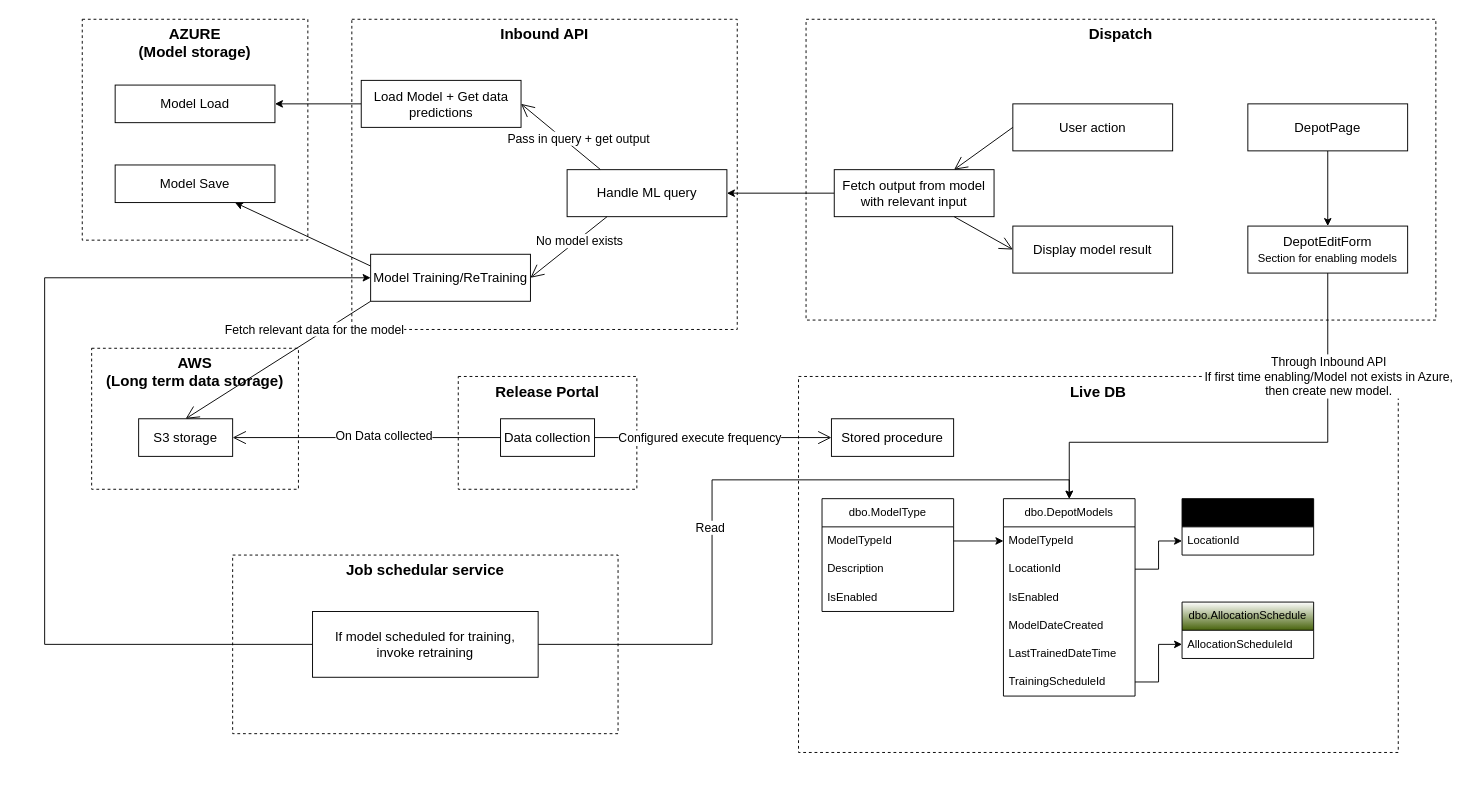
gbates-e2open/drawioFiles keeps this draw.io diagram as ML model workflow.drawio. Above is the earlier version. Source tidied: cells renumbered, new cells numbered last; positions are measured from the earlier drawing's top-left corner, leaving out a move shared by most shapes. Both pictures are drawn from the tidied source at 94%, with x=0, y=0 at pixel (44, 19).
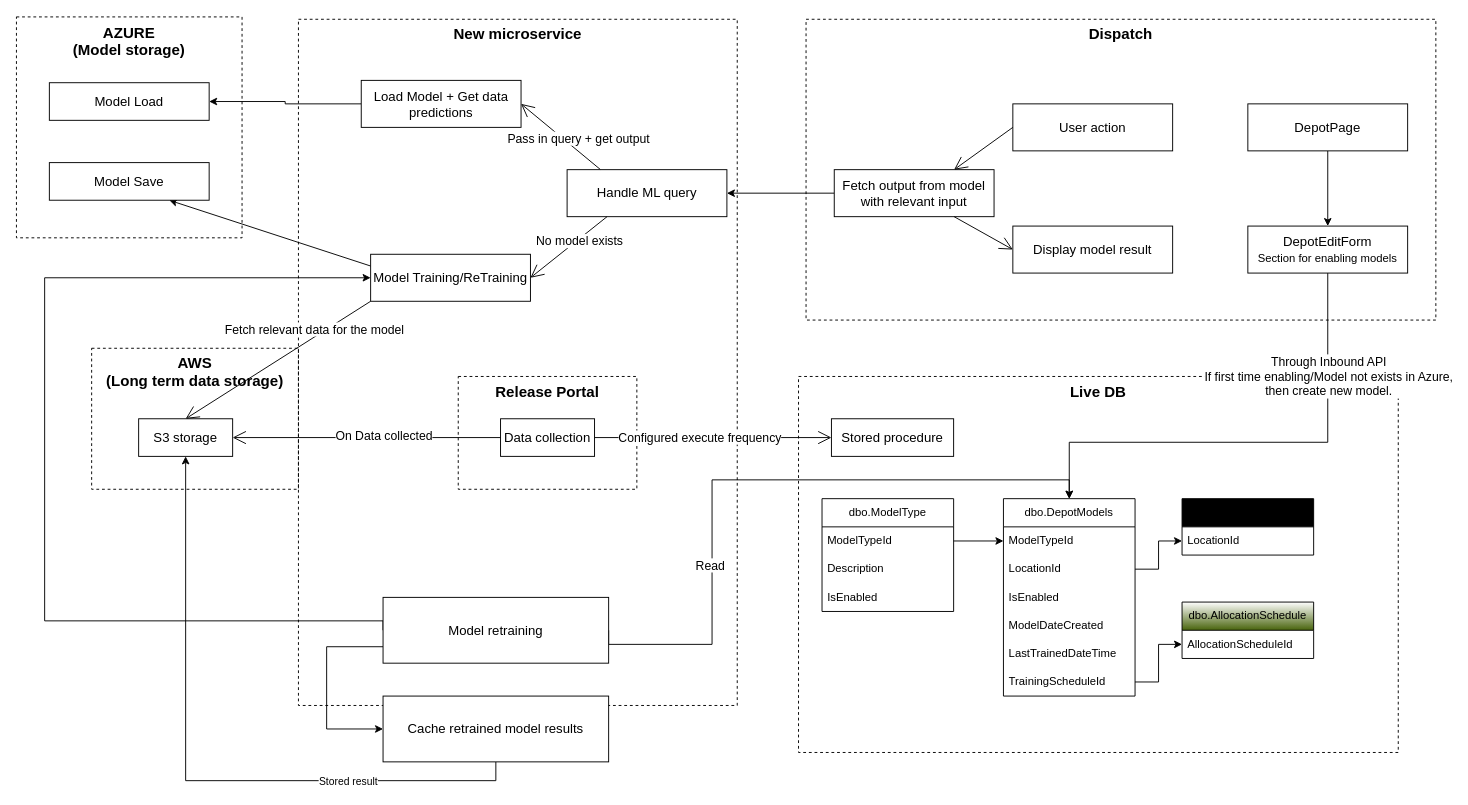
After the change.

Unchanged cells that the change refers to:
```xml
<mxCell id="13" value="S3 storage" style="whiteSpace=wrap;html=1;align=center;fontSize=14;" parent="1" vertex="1">
  <mxGeometry x="100" y="425" width="100" height="40" as="geometry" />
</mxCell>
<mxCell id="15" value="Model Training/ReTraining" style="whiteSpace=wrap;html=1;align=center;fontSize=14;" parent="1" vertex="1">
  <mxGeometry x="346.8" y="250" width="170" height="50" as="geometry" />
</mxCell>
<mxCell id="58" style="edgeStyle=orthogonalEdgeStyle;rounded=0;jettySize=auto;html=1;exitX=1;exitY=0.5;exitDx=0;exitDy=0;entryX=0.5;entryY=0;entryDx=0;entryDy=0;" parent="1" edge="1" source="61" target="38">
  <mxGeometry relative="1" as="geometry">
    <Array as="points">
      <mxPoint x="710" y="665" />
      <mxPoint x="710" y="490" />
      <mxPoint x="1090" y="490" />
    </Array>
  </mxGeometry>
</mxCell>
```

Change to the diagram source:
```diff
@@
-    <mxCell id="2" value="&lt;font style=&quot;font-size: 16px;&quot;&gt;&lt;b&gt;Inbound API&lt;/b&gt;&lt;/font&gt;" style="html=1;whiteSpace=wrap;dashed=1;gradientColor=default;fillColor=none;labelPosition=center;verticalLabelPosition=middle;align=center;verticalAlign=top;" parent="1" vertex="1">
-      <mxGeometry x="326.8" width="410" height="330" as="geometry" />
+    <mxCell id="2" value="&lt;font style=&quot;font-size: 16px;&quot;&gt;&lt;b&gt;New microservice&lt;/b&gt;&lt;/font&gt;" style="html=1;whiteSpace=wrap;dashed=1;gradientColor=default;fillColor=none;labelPosition=center;verticalLabelPosition=middle;align=center;verticalAlign=top;" parent="1" vertex="1">
+      <mxGeometry x="270" width="466.8" height="730" as="geometry" />
     </mxCell>
@@
     <mxCell id="31" value="&lt;span style=&quot;font-size: 16px;&quot;&gt;&lt;b&gt;AZURE&lt;br&gt;(Model storage)&lt;/b&gt;&lt;/span&gt;" style="html=1;whiteSpace=wrap;dashed=1;gradientColor=default;fillColor=none;labelPosition=center;verticalLabelPosition=middle;align=center;verticalAlign=top;" parent="1" vertex="1">
-      <mxGeometry x="40" width="240" height="235" as="geometry" />
+      <mxGeometry x="-30" y="-2.5" width="240" height="235" as="geometry" />
     </mxCell>
     <mxCell id="32" value="Model Save" style="whiteSpace=wrap;html=1;align=center;fontSize=14;" parent="1" vertex="1">
-      <mxGeometry x="75" y="155" width="170" height="40" as="geometry" />
+      <mxGeometry x="5" y="152.5" width="170" height="40" as="geometry" />
     </mxCell>
     <mxCell id="33" value="Model Load" style="whiteSpace=wrap;html=1;align=center;fontSize=14;" parent="1" vertex="1">
-      <mxGeometry x="75" y="70" width="170" height="40" as="geometry" />
+      <mxGeometry x="5" y="67.5" width="170" height="40" as="geometry" />
     </mxCell>
@@
-    <mxCell id="57" value="&lt;font style=&quot;font-size: 16px;&quot;&gt;&lt;b&gt;Job schedular service&lt;br&gt;&lt;/b&gt;&lt;/font&gt;" style="html=1;whiteSpace=wrap;dashed=1;gradientColor=default;fillColor=none;labelPosition=center;verticalLabelPosition=middle;align=center;verticalAlign=top;" parent="1" vertex="1">
-      <mxGeometry x="200" y="570" width="410" height="190" as="geometry" />
-    </mxCell>
@@
     <mxCell id="59" value="&lt;font style=&quot;font-size: 13px;&quot;&gt;Read&lt;/font&gt;" style="edgeLabel;html=1;align=center;verticalAlign=middle;" parent="58" vertex="1">
       <mxGeometry x="-0.25" y="1" relative="1" as="geometry">
-        <mxPoint x="-2" y="-25" as="offset" />
+        <mxPoint x="-2" y="53" as="offset" />
       </mxGeometry>
     </mxCell>
     <mxCell id="60" style="edgeStyle=orthogonalEdgeStyle;rounded=0;jettySize=auto;html=1;exitX=0;exitY=0.5;exitDx=0;exitDy=0;entryX=0;entryY=0.5;entryDx=0;entryDy=0;" parent="1" edge="1" source="61" target="15">
       <mxGeometry relative="1" as="geometry">
         <Array as="points">
-          <mxPoint y="665" />
+          <mxPoint x="360" y="640" />
+          <mxPoint y="640" />
           <mxPoint y="275" />
         </Array>
       </mxGeometry>
     </mxCell>
+    <mxCell id="62" style="edgeStyle=orthogonalEdgeStyle;rounded=0;jettySize=auto;html=1;exitX=0;exitY=0.75;exitDx=0;exitDy=0;entryX=0;entryY=0.5;entryDx=0;entryDy=0;" parent="1" edge="1" source="61" target="65">
+      <mxGeometry relative="1" as="geometry">
+        <Array as="points">
+          <mxPoint x="300" y="668" />
+          <mxPoint x="300" y="755" />
+        </Array>
+      </mxGeometry>
+    </mxCell>
-    <mxCell id="61" value="If model scheduled for training,&lt;div&gt;invoke retraining&lt;/div&gt;" style="whiteSpace=wrap;html=1;align=center;fontSize=14;" parent="1" vertex="1">
-      <mxGeometry x="285" y="630" width="240" height="70" as="geometry" />
+    <mxCell id="61" value="Model retraining" style="whiteSpace=wrap;html=1;align=center;fontSize=14;" parent="1" vertex="1">
+      <mxGeometry x="360" y="615" width="240" height="70" as="geometry" />
     </mxCell>
+    <mxCell id="63" style="edgeStyle=orthogonalEdgeStyle;rounded=0;jettySize=auto;html=1;exitX=0.5;exitY=1;exitDx=0;exitDy=0;" parent="1" edge="1" source="65" target="13">
+      <mxGeometry relative="1" as="geometry" />
+    </mxCell>
+    <mxCell id="64" value="Stored result" style="edgeLabel;html=1;align=center;verticalAlign=middle;" parent="63" vertex="1">
+      <mxGeometry x="-0.62" y="7" relative="1" as="geometry">
+        <mxPoint x="-46" y="-7" as="offset" />
+      </mxGeometry>
+    </mxCell>
+    <mxCell id="65" value="Cache retrained model results" style="whiteSpace=wrap;html=1;align=center;fontSize=14;" parent="1" vertex="1">
+      <mxGeometry x="360" y="720" width="240" height="70" as="geometry" />
+    </mxCell>
```
